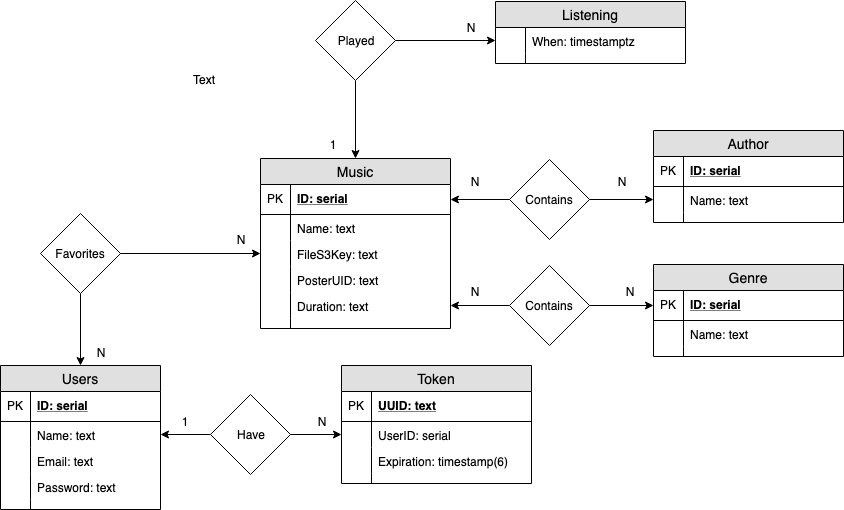
Above: Miraculous Database Model.png in almeidaws/tcc (draw.io), before the change. Source tidied: cells renumbered, new cells last; positions are measured from the earlier drawing's top-left corner, leaving out a move shared by most shapes.
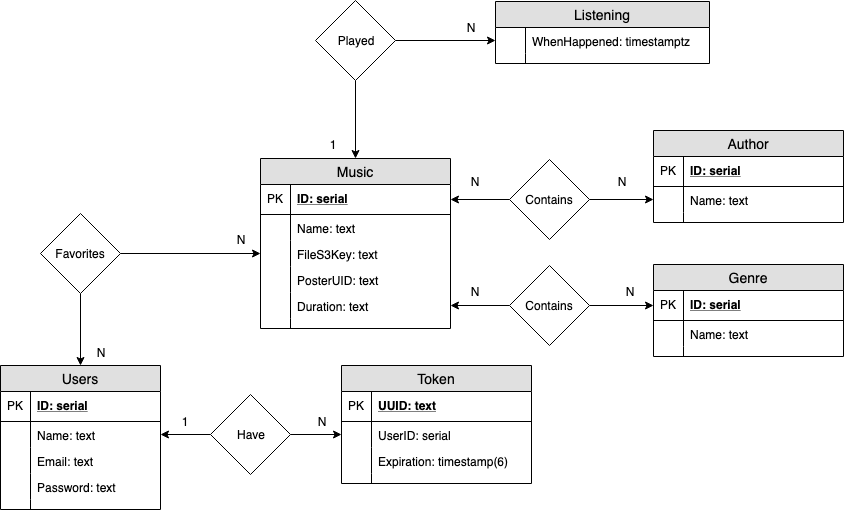
Above is the later version.

Change to the diagram source:
```diff
@@ -204,16 +204,16 @@
       <mxGeometry x="80" y="342" width="40" height="20" as="geometry" />
     </mxCell>
     <mxCell id="69" value="Listening" style="swimlane;fontStyle=0;horizontal=1;startSize=26;fillColor=#e0e0e0;swimlaneFillColor=#ffffff;align=center;fontSize=14;" parent="1" vertex="1">
-      <mxGeometry x="495" y="1" width="190" height="62" as="geometry" />
+      <mxGeometry x="495" y="1" width="214" height="62" as="geometry" />
     </mxCell>
-    <mxCell id="70" value="When: timestamptz" style="shape=partialRectangle;top=0;left=0;right=0;bottom=0;align=left;verticalAlign=top;fillColor=none;spacingLeft=34;spacingRight=4;overflow=hidden;points=[[0,0.5],[1,0.5]];portConstraint=eastwest;fontSize=12;" parent="69" vertex="1">
-      <mxGeometry y="26" width="190" height="26" as="geometry" />
+    <mxCell id="70" value="WhenHappened: timestamptz" style="shape=partialRectangle;top=0;left=0;right=0;bottom=0;align=left;verticalAlign=top;fillColor=none;spacingLeft=34;spacingRight=4;overflow=hidden;points=[[0,0.5],[1,0.5]];portConstraint=eastwest;fontSize=12;" parent="69" vertex="1">
+      <mxGeometry y="26" width="214" height="26" as="geometry" />
     </mxCell>
     <mxCell id="71" style="shape=partialRectangle;top=0;left=0;bottom=0;fillColor=none;align=left;verticalAlign=top;spacingLeft=4;spacingRight=4;overflow=hidden;fontSize=12;" parent="70" vertex="1">
       <mxGeometry width="30" height="26" as="geometry" />
     </mxCell>
     <mxCell id="72" style="shape=partialRectangle;top=0;left=0;right=0;bottom=0;align=left;verticalAlign=top;fillColor=none;spacingLeft=34;spacingRight=4;overflow=hidden;fontSize=12;" parent="69" vertex="1">
-      <mxGeometry y="52" width="190" height="10" as="geometry" />
+      <mxGeometry y="52" width="214" height="10" as="geometry" />
     </mxCell>
     <mxCell id="73" style="shape=partialRectangle;top=0;left=0;bottom=0;fillColor=none;align=left;verticalAlign=top;spacingLeft=4;spacingRight=4;overflow=hidden;fontSize=12;" parent="72" vertex="1">
       <mxGeometry width="30" height="10" as="geometry" />
@@ -233,8 +233,5 @@
     <mxCell id="78" value="1" style="text;html=1;strokeColor=none;fillColor=none;align=center;verticalAlign=middle;whiteSpace=wrap;rounded=0;" parent="1" vertex="1">
       <mxGeometry x="312" y="134" width="40" height="20" as="geometry" />
     </mxCell>
-    <mxCell id="79" value="Text" style="text;html=1;align=left;verticalAlign=top;spacingTop=-4;" parent="1" vertex="1">
-      <mxGeometry x="191" y="70" width="40" height="20" as="geometry" />
-    </mxCell>
   </root>
 </mxGraphModel>
```
